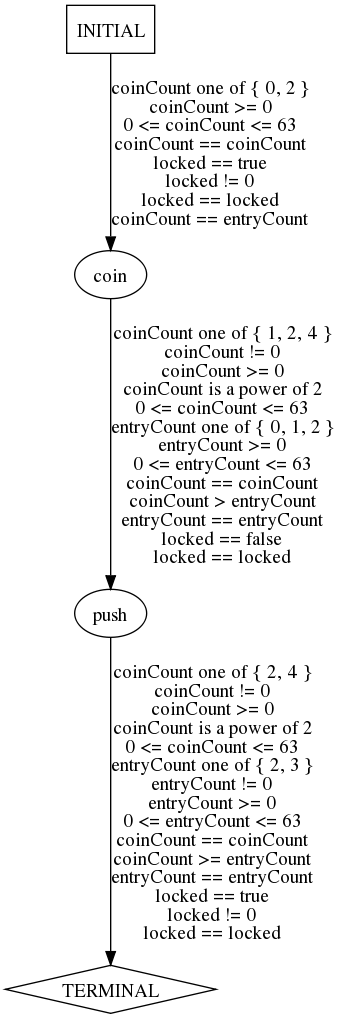
ModelInference/synoptic keeps this Graphviz diagram as traces/abstract/turnstile-example/predicted-paths/turnstile-example-test0.dot.png. Above is the earlier version. Its source is kept beside it as traces/abstract/turnstile-example/predicted-paths/turnstile-example-test0.dot.
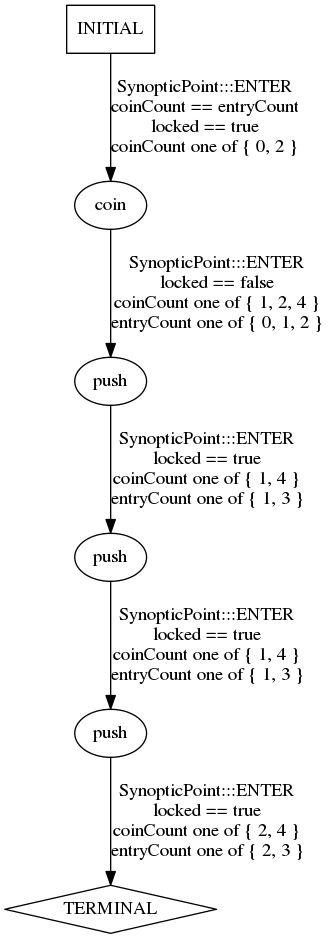
The same diagram one commit later.

What changed in the source:
```diff
@@ -1,9 +1,13 @@
 digraph {
   0 [label="coin"];
   1 [label="push"];
-  2 [label="TERMINAL",shape=diamond];
-  3 [label="INITIAL",shape=box];
-0->1 [label="coinCount one of { 1, 2, 4 }\ncoinCount != 0\ncoinCount >= 0\ncoinCount is a power of 2\n0 <= coinCount <= 63\nentryCount one of { 0, 1, 2 }\nentryCount >= 0\n0 <= entryCount <= 63\ncoinCount == coinCount\ncoinCount > entryCount\nentryCount == entryCount\nlocked == false\nlocked == locked",];
-1->2 [label="coinCount one of { 2, 4 }\ncoinCount != 0\ncoinCount >= 0\ncoinCount is a power of 2\n0 <= coinCount <= 63\nentryCount one of { 2, 3 }\nentryCount != 0\nentryCount >= 0\n0 <= entryCount <= 63\ncoinCount == coinCount\ncoinCount >= entryCount\nentryCount == entryCount\nlocked == true\nlocked != 0\nlocked == locked",];
-3->0 [label="coinCount one of { 0, 2 }\ncoinCount >= 0\n0 <= coinCount <= 63\ncoinCount == coinCount\nlocked == true\nlocked != 0\nlocked == locked\ncoinCount == entryCount",];
+  2 [label="push"];
+  3 [label="push"];
+  4 [label="TERMINAL",shape=diamond];
+  5 [label="INITIAL",shape=box];
+0->1 [label="SynopticPoint:::ENTER\nlocked == false\ncoinCount one of { 1, 2, 4 }\nentryCount one of { 0, 1, 2 }\n",];
+1->2 [label="SynopticPoint:::ENTER\nlocked == true\ncoinCount one of { 1, 4 }\nentryCount one of { 1, 3 }\n",];
+2->3 [label="SynopticPoint:::ENTER\nlocked == true\ncoinCount one of { 1, 4 }\nentryCount one of { 1, 3 }\n",];
+3->4 [label="SynopticPoint:::ENTER\nlocked == true\ncoinCount one of { 2, 4 }\nentryCount one of { 2, 3 }\n",];
+5->0 [label="SynopticPoint:::ENTER\ncoinCount == entryCount\nlocked == true\ncoinCount one of { 0, 2 }\n",];
 } // digraph {
```
